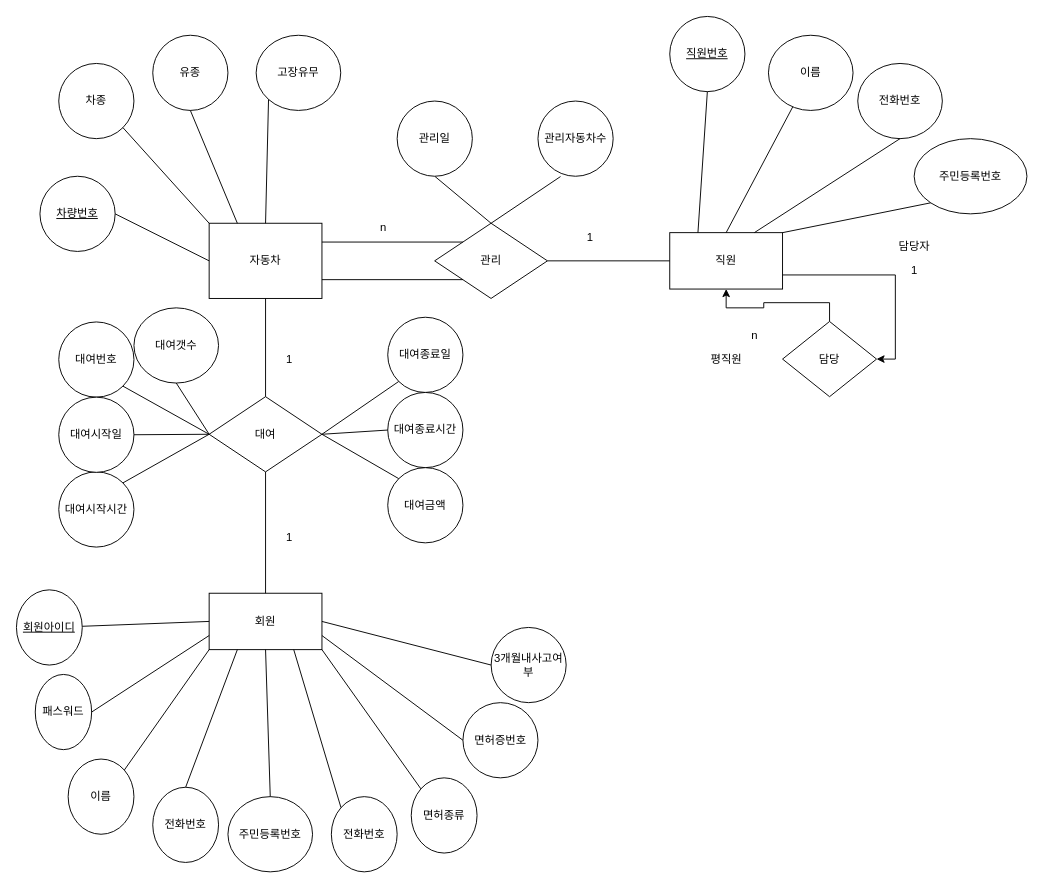
The draw.io diagram CarRental.drawio in junki1912/DBP_CarRental, before the edit. Source tidied: cells renumbered, new cells numbered last; positions are measured from the earlier drawing's top-left corner, leaving out a move shared by most shapes. Both pictures are drawn from the tidied source at 94%, with x=0, y=0 at pixel (16, 16).
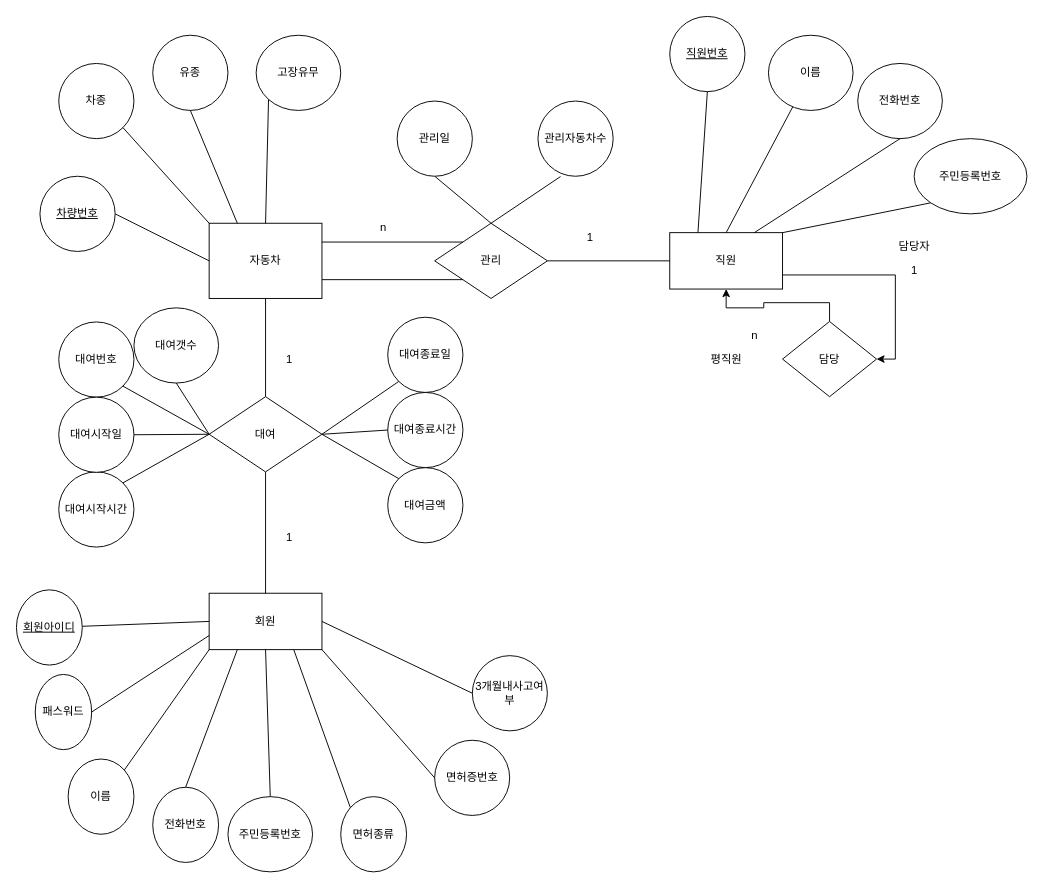
After the change.

The change refers to these unchanged cells:
```xml
<mxCell id="2" value="회원" style="rounded=0;whiteSpace=wrap;html=1;" parent="1" vertex="1">
  <mxGeometry x="205" y="613.6" width="120" height="60" as="geometry" />
</mxCell>
```

Diff of the diagram source:
```diff
@@
-    <mxCell id="15" value="전화번호" style="ellipse;whiteSpace=wrap;html=1;rotation=0;" parent="1" vertex="1">
-      <mxGeometry x="335" y="830" width="70" height="80" as="geometry" />
-    </mxCell>
-    <mxCell id="16" style="endArrow=none;html=1;rounded=0;exitX=0;exitY=0;exitDx=0;exitDy=0;entryX=0.75;entryY=1;entryDx=0;entryDy=0;" parent="1" edge="1" source="15" target="2">
-      <mxGeometry relative="1" as="geometry" />
-    </mxCell>
     <mxCell id="17" value="면허종류" style="ellipse;whiteSpace=wrap;html=1;rotation=0;" parent="1" vertex="1">
-      <mxGeometry x="420" y="810" width="70" height="80" as="geometry" />
+      <mxGeometry x="345" y="830" width="70" height="80" as="geometry" />
     </mxCell>
-    <mxCell id="18" style="endArrow=none;html=1;rounded=0;exitX=0;exitY=0;exitDx=0;exitDy=0;entryX=1;entryY=1;entryDx=0;entryDy=0;" parent="1" edge="1" source="17" target="2">
+    <mxCell id="18" style="endArrow=none;html=1;rounded=0;exitX=0;exitY=0;exitDx=0;exitDy=0;entryX=0.75;entryY=1;entryDx=0;entryDy=0;" parent="1" edge="1" source="17" target="2">
       <mxGeometry relative="1" as="geometry" />
     </mxCell>
     <mxCell id="19" value="면허증번호" style="ellipse;whiteSpace=wrap;html=1;rotation=0;" parent="1" vertex="1">
-      <mxGeometry x="475" y="730" width="79.8" height="80" as="geometry" />
+      <mxGeometry x="444.9" y="770" width="79.8" height="80" as="geometry" />
     </mxCell>
-    <mxCell id="20" style="endArrow=none;html=1;rounded=0;exitX=0;exitY=0.5;exitDx=0;exitDy=0;entryX=1;entryY=0.75;entryDx=0;entryDy=0;" parent="1" edge="1" source="19" target="2">
+    <mxCell id="20" style="endArrow=none;html=1;rounded=0;exitX=0;exitY=0.5;exitDx=0;exitDy=0;entryX=1;entryY=1;entryDx=0;entryDy=0;" parent="1" edge="1" source="19" target="2">
       <mxGeometry relative="1" as="geometry" />
     </mxCell>
     <mxCell id="21" value="3개월내사고여부" style="ellipse;whiteSpace=wrap;html=1;rotation=0;" parent="1" vertex="1">
-      <mxGeometry x="505" y="650" width="79.8" height="80" as="geometry" />
+      <mxGeometry x="485" y="680" width="79.8" height="80" as="geometry" />
     </mxCell>
```
